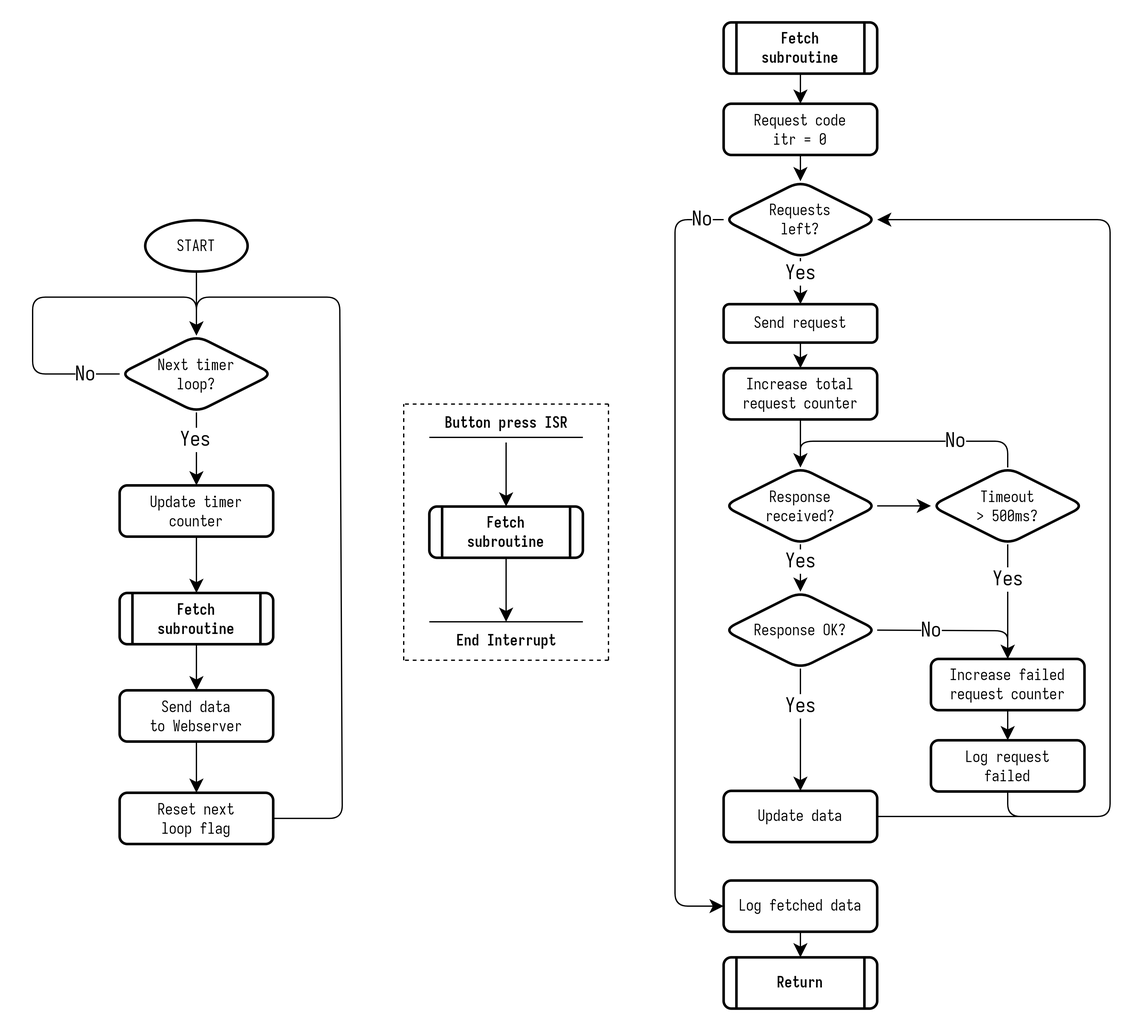
utbrott/lora-psn keeps this draw.io diagram as images/MASTER-loop-flowchart.png. Above is the earlier version. Source tidied: cells renumbered, new cells last; positions are measured from the earlier drawing's top-left corner, leaving out a move shared by most shapes.
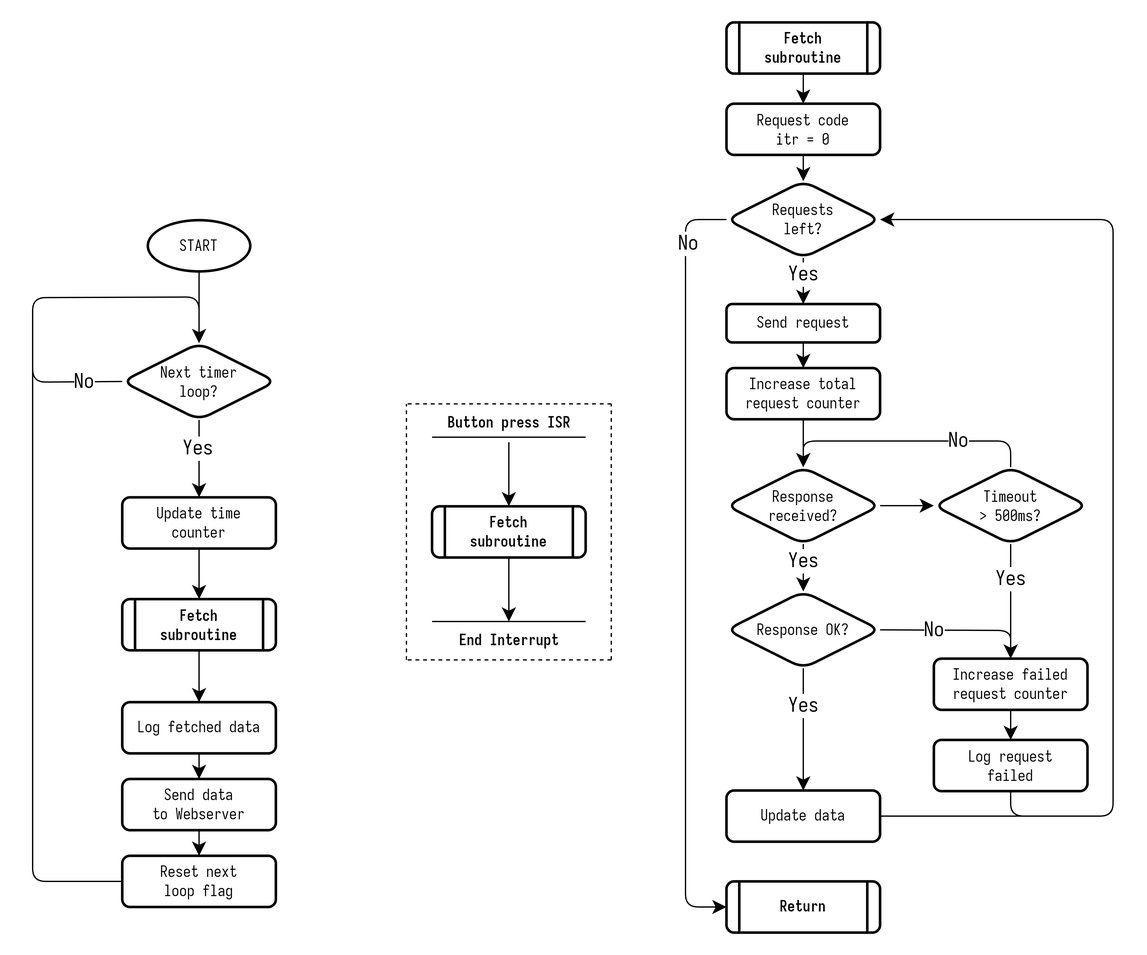
The same file after the commit.

Commit message:
fix: mistakes in MASTER flowchart

What changed in the source:
```diff
@@ -9,7 +9,7 @@
       <mxGeometry x="-0.26" y="-1" relative="1" as="geometry" />
     </mxCell>
     <mxCell id="4" value="Next timer&lt;br&gt;loop?" style="rhombus;whiteSpace=wrap;html=1;fontFamily=Iosevka;fontSize=12;strokeWidth=2;rounded=1;" parent="1" vertex="1">
-      <mxGeometry x="68" y="244.5" width="120" height="60" as="geometry" />
+      <mxGeometry x="68" y="250.5" width="120" height="60" as="geometry" />
     </mxCell>
     <mxCell id="5" style="edgeStyle=orthogonalEdgeStyle;rounded=1;jettySize=auto;html=1;exitX=0.5;exitY=1;exitDx=0;exitDy=0;exitPerimeter=0;entryX=0.5;entryY=0;entryDx=0;entryDy=0;" parent="1" edge="1" source="6" target="4">
       <mxGeometry relative="1" as="geometry" />
@@ -85,40 +85,39 @@
         <mxPoint y="2" as="offset" />
       </mxGeometry>
     </mxCell>
-    <mxCell id="23" style="edgeStyle=none;rounded=1;jettySize=auto;html=1;exitX=0;exitY=0.5;exitDx=0;exitDy=0;fontSize=12;startSize=8;endSize=8;entryX=0;entryY=0.5;entryDx=0;entryDy=0;" parent="1" edge="1" source="25" target="27">
+    <mxCell id="23" style="edgeStyle=none;rounded=1;jettySize=auto;html=1;exitX=0;exitY=0.5;exitDx=0;exitDy=0;fontSize=12;startSize=8;endSize=8;entryX=0;entryY=0.5;entryDx=0;entryDy=0;" parent="1" edge="1" source="25" target="57">
       <mxGeometry relative="1" as="geometry">
         <Array as="points">
-          <mxPoint x="502" y="154" />
-          <mxPoint x="502" y="690" />
+          <mxPoint x="508" y="154" />
+          <mxPoint x="508" y="691" />
         </Array>
       </mxGeometry>
     </mxCell>
     <mxCell id="24" value="No" style="edgeLabel;html=1;align=center;verticalAlign=middle;fontSize=16;fontFamily=Iosevka;" parent="23" vertex="1">
       <mxGeometry x="-0.9" y="2" relative="1" as="geometry">
-        <mxPoint x="14" y="-2" as="offset" />
+        <mxPoint y="19" as="offset" />
       </mxGeometry>
     </mxCell>
     <mxCell id="25" value="Requests&lt;br&gt;left?" style="rhombus;whiteSpace=wrap;html=1;fontFamily=Iosevka;fontSize=12;strokeWidth=2;rounded=1;" parent="1" vertex="1">
       <mxGeometry x="540" y="124" width="120" height="60" as="geometry" />
     </mxCell>
-    <mxCell id="26" style="edgeStyle=none;curved=1;rounded=0;jettySize=auto;html=1;exitX=0.5;exitY=1;exitDx=0;exitDy=0;entryX=0.5;entryY=0;entryDx=0;entryDy=0;fontSize=12;startSize=8;endSize=8;" parent="1" edge="1" source="27" target="57">
-      <mxGeometry relative="1" as="geometry" />
-    </mxCell>
+    <mxCell id="77" style="edgeStyle=none;curved=1;rounded=0;jettySize=auto;html=1;fontSize=12;startSize=8;endSize=8;" parent="1" edge="1" source="27" target="72">
+      <mxGeometry relative="1" as="geometry" />
+    </mxCell>
     <mxCell id="27" value="Log fetched data" style="rounded=1;whiteSpace=wrap;html=1;fontSize=12;glass=0;strokeWidth=2;shadow=0;fontFamily=Iosevka;" parent="1" vertex="1">
-      <mxGeometry x="540" y="670" width="120" height="40" as="geometry" />
+      <mxGeometry x="68" y="531" width="120" height="40" as="geometry" />
     </mxCell>
-    <mxCell id="28" style="endArrow=classic;html=1;rounded=1;fontSize=12;startSize=8;endSize=8;exitX=0;exitY=0.5;exitDx=0;exitDy=0;entryX=0.5;entryY=0;entryDx=0;entryDy=0;" parent="1" edge="1" source="4" target="4">
+    <mxCell id="28" style="endArrow=none;html=1;rounded=1;fontSize=12;startSize=8;endSize=8;exitX=0;exitY=0.5;exitDx=0;exitDy=0;endFill=0;" parent="1" edge="1" source="4">
       <mxGeometry relative="1" as="geometry">
+        <mxPoint x="-2" y="241" as="targetPoint" />
         <Array as="points">
-          <mxPoint y="274.5" />
-          <mxPoint y="214.5" />
-          <mxPoint x="128" y="214.5" />
+          <mxPoint x="-2" y="281" />
         </Array>
       </mxGeometry>
     </mxCell>
     <mxCell id="29" value="No" style="edgeLabel;html=1;align=center;verticalAlign=middle;fontSize=16;fontFamily=Iosevka;" parent="28" vertex="1">
       <mxGeometry relative="1" as="geometry">
-        <mxPoint x="25" y="60" as="offset" />
+        <mxPoint x="25" as="offset" />
       </mxGeometry>
     </mxCell>
     <mxCell id="30" style="edgeStyle=none;curved=1;rounded=0;jettySize=auto;html=1;fontSize=12;startSize=8;endSize=8;" parent="1" edge="1" source="33" target="38">
@@ -233,7 +232,7 @@
       </mxGeometry>
     </mxCell>
     <mxCell id="56" style="group;" parent="1" vertex="1">
-      <mxGeometry x="540" y="730" width="120" height="40" as="geometry" />
+      <mxGeometry x="540" y="671" width="120" height="40" as="geometry" />
     </mxCell>
     <mxCell id="57" value="&lt;b&gt;Return&lt;/b&gt;" style="rounded=1;whiteSpace=wrap;html=1;fontSize=12;glass=0;strokeWidth=2;shadow=0;fontFamily=Iosevka;" parent="56" vertex="1">
       <mxGeometry width="120" height="40" as="geometry" />
@@ -257,7 +256,7 @@
       <mxGeometry relative="1" as="geometry" />
     </mxCell>
     <mxCell id="62" style="group;" parent="1" vertex="1">
-      <mxGeometry x="68" y="445.5" width="120" height="40" as="geometry" />
+      <mxGeometry x="68" y="450.5" width="120" height="40" as="geometry" />
     </mxCell>
     <mxCell id="63" value="&lt;b&gt;Fetch&lt;br&gt;subroutine&lt;/b&gt;" style="rounded=1;whiteSpace=wrap;html=1;fontSize=12;glass=0;strokeWidth=2;shadow=0;fontFamily=Iosevka;" parent="62" vertex="1">
       <mxGeometry width="120" height="40" as="geometry" />
@@ -277,29 +276,29 @@
     <mxCell id="66" style="edgeStyle=none;curved=1;rounded=0;jettySize=auto;html=1;fontSize=12;startSize=8;endSize=8;" parent="1" edge="1" source="67" target="63">
       <mxGeometry relative="1" as="geometry" />
     </mxCell>
-    <mxCell id="67" value="Update timer&lt;br&gt;counter" style="rounded=1;whiteSpace=wrap;html=1;fontSize=12;glass=0;strokeWidth=2;shadow=0;fontFamily=Iosevka;" parent="1" vertex="1">
-      <mxGeometry x="68" y="361.5" width="120" height="40" as="geometry" />
+    <mxCell id="67" value="Update time&lt;br&gt;counter" style="rounded=1;whiteSpace=wrap;html=1;fontSize=12;glass=0;strokeWidth=2;shadow=0;fontFamily=Iosevka;" parent="1" vertex="1">
+      <mxGeometry x="68" y="371" width="120" height="40" as="geometry" />
     </mxCell>
-    <mxCell id="68" style="edgeStyle=none;rounded=1;jettySize=auto;html=1;fontSize=12;startSize=8;endSize=8;entryX=0.5;entryY=0;entryDx=0;entryDy=0;exitX=1;exitY=0.5;exitDx=0;exitDy=0;" parent="1" edge="1" source="69" target="4">
+    <mxCell id="68" style="edgeStyle=none;rounded=1;jettySize=auto;html=1;fontSize=12;startSize=8;endSize=8;entryX=0.5;entryY=0;entryDx=0;entryDy=0;exitX=0;exitY=0.5;exitDx=0;exitDy=0;" parent="1" edge="1" source="69" target="4">
       <mxGeometry relative="1" as="geometry">
         <Array as="points">
-          <mxPoint x="242" y="621.5" />
-          <mxPoint x="240" y="214.5" />
+          <mxPoint x="-2" y="671" />
+          <mxPoint x="-2" y="215" />
           <mxPoint x="128" y="214.5" />
         </Array>
       </mxGeometry>
     </mxCell>
     <mxCell id="69" value="Reset next&lt;br&gt;loop flag" style="rounded=1;whiteSpace=wrap;html=1;fontSize=12;glass=0;strokeWidth=2;shadow=0;fontFamily=Iosevka;" parent="1" vertex="1">
-      <mxGeometry x="68" y="601.5" width="120" height="40" as="geometry" />
+      <mxGeometry x="68" y="651" width="120" height="40" as="geometry" />
     </mxCell>
-    <mxCell id="70" style="edgeStyle=none;curved=1;rounded=0;jettySize=auto;html=1;exitX=0.5;exitY=1;exitDx=0;exitDy=0;fontSize=12;startSize=8;endSize=8;" parent="1" edge="1" source="63" target="72">
+    <mxCell id="70" style="edgeStyle=none;curved=1;rounded=0;jettySize=auto;html=1;exitX=0.5;exitY=1;exitDx=0;exitDy=0;fontSize=12;startSize=8;endSize=8;" parent="1" edge="1" source="63" target="27">
       <mxGeometry relative="1" as="geometry" />
     </mxCell>
     <mxCell id="71" style="edgeStyle=none;curved=1;rounded=0;jettySize=auto;html=1;entryX=0.5;entryY=0;entryDx=0;entryDy=0;fontSize=12;startSize=8;endSize=8;" parent="1" edge="1" source="72" target="69">
       <mxGeometry relative="1" as="geometry" />
     </mxCell>
     <mxCell id="72" value="Send data&lt;br&gt;to Webserver" style="rounded=1;whiteSpace=wrap;html=1;fontSize=12;glass=0;strokeWidth=2;shadow=0;fontFamily=Iosevka;" parent="1" vertex="1">
-      <mxGeometry x="68" y="521.5" width="120" height="40" as="geometry" />
+      <mxGeometry x="68" y="591" width="120" height="40" as="geometry" />
     </mxCell>
     <mxCell id="73" style="edgeStyle=none;rounded=1;jettySize=auto;html=1;fontSize=12;startSize=8;endSize=8;entryX=1;entryY=0.5;entryDx=0;entryDy=0;" parent="1" edge="1" source="74" target="25">
       <mxGeometry relative="1" as="geometry">
```
